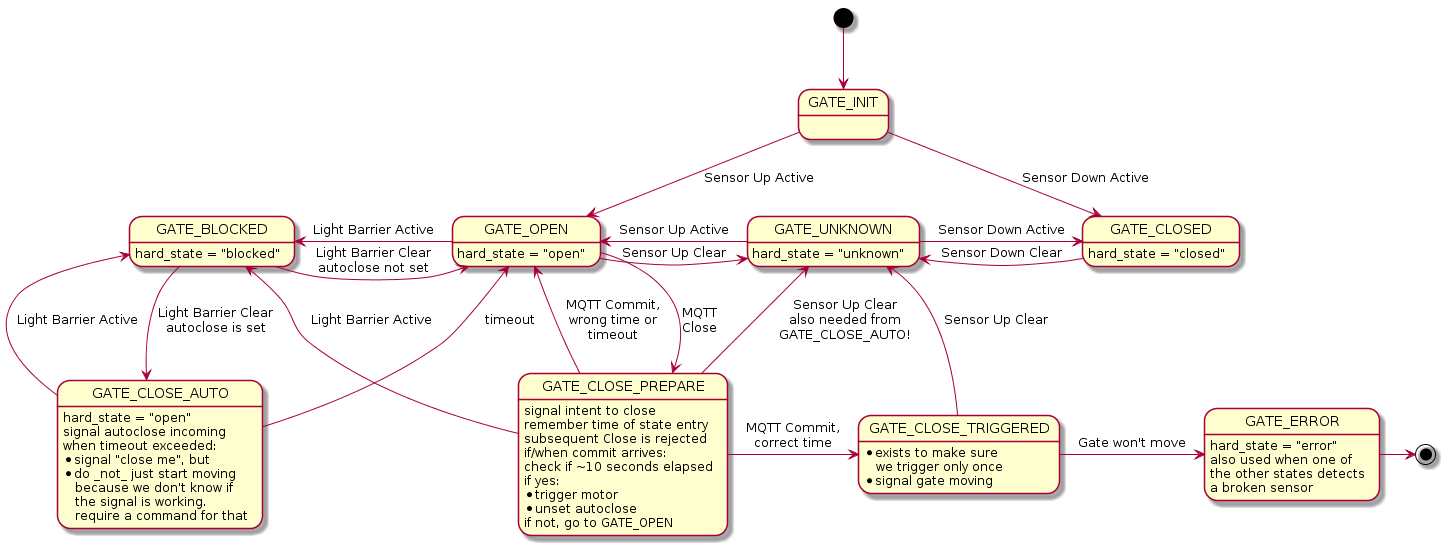
Above: docs/statemachine.png in Svedrin/gatecontrol (PlantUML), before the change.
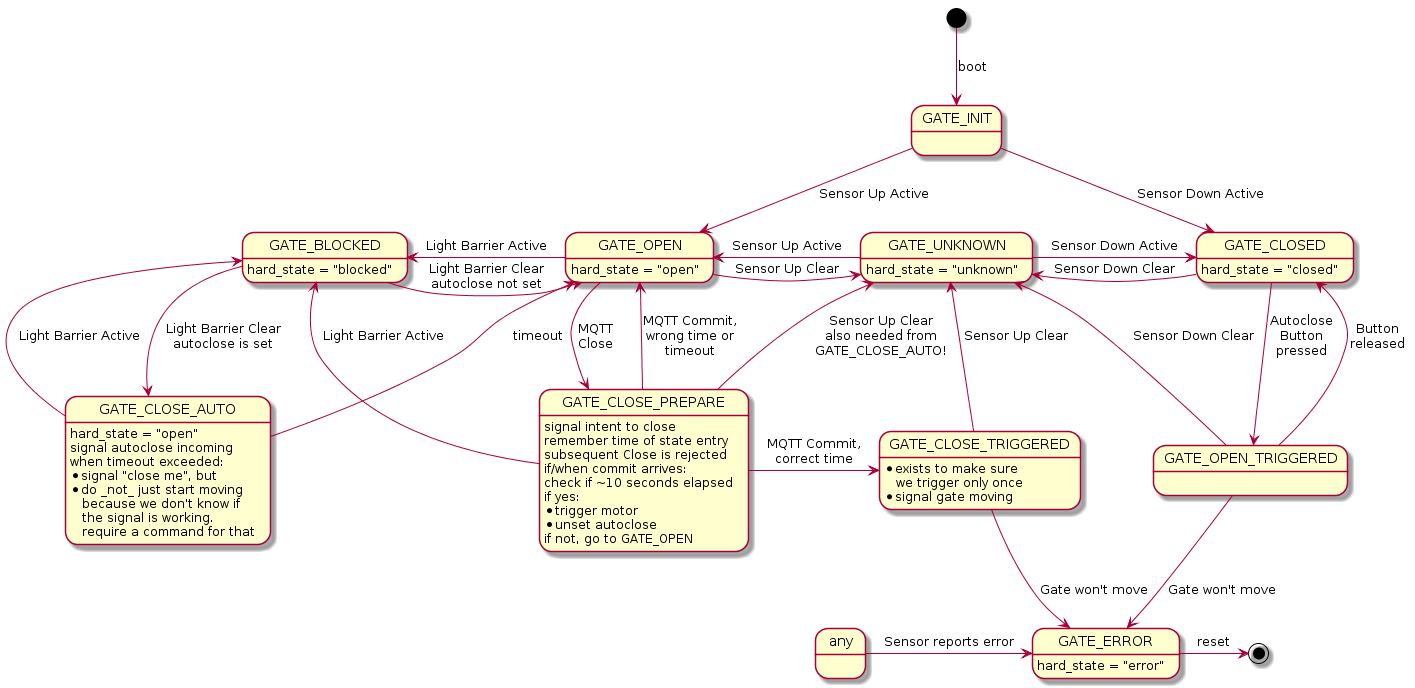
The same diagram one commit later.

Commit message:
update state machine image

Change to the diagram source:
```diff
@@ -1,6 +1,6 @@
 @startuml statemachine
 
-[*] --> GATE_INIT
+[*] --> GATE_INIT : boot
 
 GATE_INIT    -down-> GATE_CLOSED   : Sensor Down Active
 GATE_INIT    -down-> GATE_OPEN     : Sensor Up Active
@@ -46,14 +46,18 @@
 GATE_CLOSE_PREPARE   -right->  GATE_CLOSE_TRIGGERED : MQTT Commit,\ncorrect time
 
 GATE_CLOSE_TRIGGERED -up->     GATE_UNKNOWN         : Sensor Up Clear
-GATE_CLOSE_TRIGGERED -right->  GATE_ERROR           : Gate won't move
+GATE_CLOSE_TRIGGERED -down->   GATE_ERROR           : Gate won't move
 GATE_CLOSE_TRIGGERED: * exists to make sure\n   we trigger only once
 GATE_CLOSE_TRIGGERED: * signal gate moving
 
-GATE_ERROR           -right->  [*]
+GATE_ERROR           -right->  [*] : reset
 GATE_ERROR: hard_state = "error"
-GATE_ERROR: also used when one of
-GATE_ERROR: the other states detects
-GATE_ERROR: a broken sensor
+
+GATE_CLOSED         -down-> GATE_OPEN_TRIGGERED : Autoclose\nButton\npressed
+GATE_OPEN_TRIGGERED -up->   GATE_CLOSED         : Button\nreleased
+GATE_OPEN_TRIGGERED -up->   GATE_UNKNOWN        : Sensor Down Clear
+GATE_OPEN_TRIGGERED -down-> GATE_ERROR          : Gate won't move
+
+any -right-> GATE_ERROR : Sensor reports error
 
 @enduml
```
